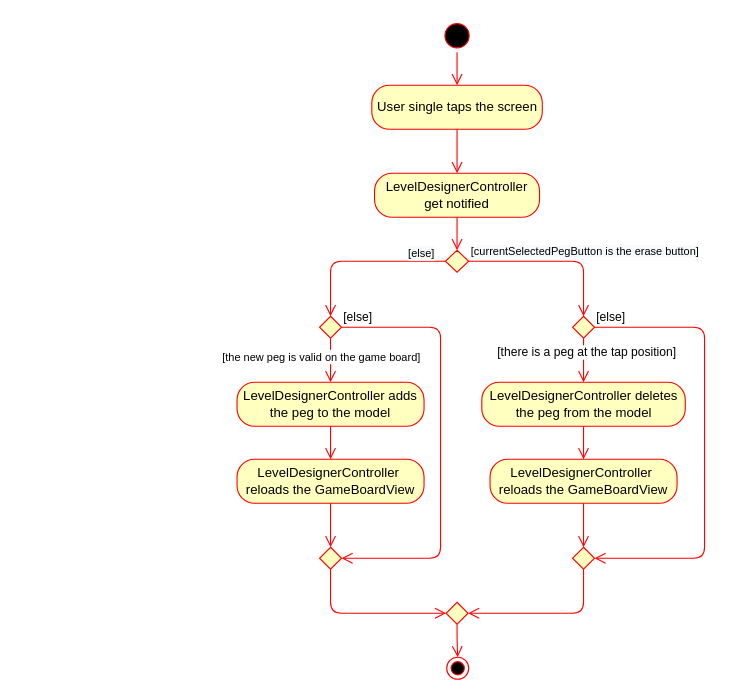
Earlier version of the draw.io diagram diagrams/SingleTapActivityDiagram.drawio (T-Fang/Ocean-Peggle). Source tidied: cells renumbered, new cells numbered last; positions are measured from the earlier drawing's top-left corner, leaving out a move shared by most shapes. Both pictures are drawn from the tidied source at 110%, with x=0, y=0 at pixel (237, 19).
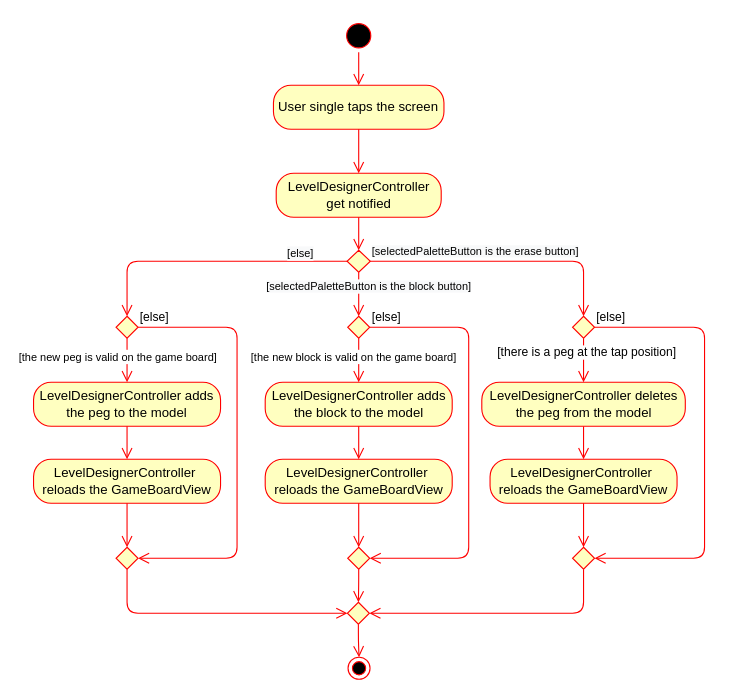
Above is the later version.

Unchanged cells that the change refers to:
```xml
<mxCell id="21" style="rhombus;whiteSpace=wrap;html=1;fillColor=#ffffc0;strokeColor=#ff0000;" parent="1" vertex="1">
  <mxGeometry x="305" y="270" width="20" height="20" as="geometry" />
</mxCell>
```

Diff of the diagram source:
```diff
@@
     <mxCell id="2" style="ellipse;html=1;shape=startState;fillColor=#000000;strokeColor=#ff0000;" parent="1" vertex="1">
-      <mxGeometry x="185" width="30" height="30" as="geometry" />
+      <mxGeometry x="95.6" width="30" height="30" as="geometry" />
     </mxCell>
-    <mxCell id="3" style="edgeStyle=orthogonalEdgeStyle;html=1;verticalAlign=bottom;endArrow=open;endSize=8;strokeColor=#ff0000;entryX=0.5;entryY=0;entryDx=0;entryDy=0;" parent="1" edge="1" source="2" target="4">
+    <mxCell id="3" style="edgeStyle=orthogonalEdgeStyle;html=1;verticalAlign=bottom;endArrow=open;endSize=8;strokeColor=#ff0000;" parent="1" edge="1" source="2" target="4">
       <mxGeometry relative="1" as="geometry" />
     </mxCell>
     <mxCell id="4" value="User single taps the screen" style="rounded=1;whiteSpace=wrap;html=1;arcSize=40;fontColor=#000000;fillColor=#ffffc0;strokeColor=#ff0000;" parent="1" vertex="1">
-      <mxGeometry x="122.5" y="60" width="155" height="40" as="geometry" />
+      <mxGeometry x="33.1" y="60" width="155" height="40" as="geometry" />
     </mxCell>
@@
     <mxCell id="6" value="LevelDesignerController get notified" style="rounded=1;whiteSpace=wrap;html=1;arcSize=40;fontColor=#000000;fillColor=#ffffc0;strokeColor=#ff0000;" parent="1" vertex="1">
-      <mxGeometry x="125" y="140" width="150" height="40" as="geometry" />
+      <mxGeometry x="35.6" y="140" width="150" height="40" as="geometry" />
     </mxCell>
@@
     <mxCell id="8" style="rhombus;whiteSpace=wrap;html=1;fillColor=#ffffc0;strokeColor=#ff0000;" parent="1" vertex="1">
-      <mxGeometry x="189.4" y="210" width="21.2" height="20" as="geometry" />
+      <mxGeometry x="100" y="210" width="21.2" height="20" as="geometry" />
     </mxCell>
-    <mxCell id="9" value="&lt;span style=&quot;font-size: 10px ; text-align: center ; background-color: rgb(248 , 249 , 250)&quot;&gt;[currentSelectedPegButton is the erase button]&lt;/span&gt;" style="edgeStyle=orthogonalEdgeStyle;html=1;align=left;verticalAlign=bottom;endArrow=open;endSize=8;strokeColor=#ff0000;entryX=0.5;entryY=0;entryDx=0;entryDy=0;" parent="1" edge="1" source="8" target="21">
+    <mxCell id="9" value="&lt;span style=&quot;font-size: 10px ; text-align: center ; background-color: rgb(248 , 249 , 250)&quot;&gt;[selectedPaletteButton is the erase button]&lt;/span&gt;" style="edgeStyle=orthogonalEdgeStyle;html=1;align=left;verticalAlign=bottom;endArrow=open;endSize=8;strokeColor=#ff0000;entryX=0.5;entryY=0;entryDx=0;entryDy=0;" parent="1" edge="1" source="8" target="21">
       <mxGeometry x="-1" relative="1" as="geometry">
         <Array as="points">
           <mxPoint x="315" y="220" />
         </Array>
       </mxGeometry>
     </mxCell>
     <mxCell id="10" value="&lt;span style=&quot;text-align: center ; background-color: rgb(248 , 249 , 250)&quot;&gt;&lt;font style=&quot;font-size: 10px&quot;&gt;[else]&lt;/font&gt;&lt;/span&gt;" style="edgeStyle=orthogonalEdgeStyle;html=1;align=left;verticalAlign=top;endArrow=open;endSize=8;strokeColor=#ff0000;entryX=0.5;entryY=0;entryDx=0;entryDy=0;" parent="1" edge="1" source="8" target="11">
       <mxGeometry x="-0.55" y="-20" relative="1" as="geometry">
         <Array as="points">
-          <mxPoint x="85" y="220" />
+          <mxPoint x="-100" y="220" />
         </Array>
       </mxGeometry>
     </mxCell>
     <mxCell id="11" style="rhombus;whiteSpace=wrap;html=1;fillColor=#ffffc0;strokeColor=#ff0000;" parent="1" vertex="1">
-      <mxGeometry x="75" y="270" width="20" height="20" as="geometry" />
+      <mxGeometry x="-110" y="270" width="20" height="20" as="geometry" />
     </mxCell>
     <mxCell id="12" value="[else]" style="edgeStyle=orthogonalEdgeStyle;html=1;align=left;verticalAlign=bottom;endArrow=open;endSize=8;strokeColor=#ff0000;entryX=1;entryY=0.5;entryDx=0;entryDy=0;" parent="1" edge="1" source="11" target="17">
       <mxGeometry x="-1" relative="1" as="geometry">
         <Array as="points">
-          <mxPoint x="185" y="280" />
-          <mxPoint x="185" y="490" />
+          <mxPoint y="280" />
+          <mxPoint y="490" />
         </Array>
       </mxGeometry>
     </mxCell>
@@
     <mxCell id="14" value="LevelDesignerController adds the peg to the model" style="rounded=1;whiteSpace=wrap;html=1;arcSize=40;fontColor=#000000;fillColor=#ffffc0;strokeColor=#ff0000;" parent="1" vertex="1">
-      <mxGeometry y="330" width="170" height="40" as="geometry" />
+      <mxGeometry x="-185" y="330" width="170" height="40" as="geometry" />
     </mxCell>
@@
     <mxCell id="16" style="rhombus;whiteSpace=wrap;html=1;fillColor=#ffffc0;strokeColor=#ff0000;" parent="1" vertex="1">
-      <mxGeometry x="190" y="530" width="20" height="20" as="geometry" />
+      <mxGeometry x="100.3" y="530" width="20" height="20" as="geometry" />
     </mxCell>
     <mxCell id="17" style="rhombus;whiteSpace=wrap;html=1;fillColor=#ffffc0;strokeColor=#ff0000;" parent="1" vertex="1">
-      <mxGeometry x="75" y="480" width="20" height="20" as="geometry" />
+      <mxGeometry x="-110" y="480" width="20" height="20" as="geometry" />
     </mxCell>
     <mxCell id="18" value="&lt;span&gt;LevelDesignerController&amp;nbsp;&lt;br&gt;reloads the GameBoardView&lt;br&gt;&lt;/span&gt;" style="rounded=1;whiteSpace=wrap;html=1;arcSize=40;fontColor=#000000;fillColor=#ffffc0;strokeColor=#ff0000;" parent="1" vertex="1">
-      <mxGeometry y="400" width="170" height="40" as="geometry" />
+      <mxGeometry x="-185" y="400" width="170" height="40" as="geometry" />
     </mxCell>
@@
     <mxCell id="30" style="ellipse;html=1;shape=endState;fillColor=#000000;strokeColor=#ff0000;" parent="1" vertex="1">
-      <mxGeometry x="190.6" y="580" width="20" height="20" as="geometry" />
+      <mxGeometry x="100.9" y="580" width="20" height="20" as="geometry" />
     </mxCell>
@@
+    <mxCell id="32" style="rhombus;whiteSpace=wrap;html=1;fillColor=#ffffc0;strokeColor=#ff0000;" parent="1" vertex="1">
+      <mxGeometry x="100.6" y="270" width="20" height="20" as="geometry" />
+    </mxCell>
+    <mxCell id="33" value="[else]" style="edgeStyle=orthogonalEdgeStyle;html=1;align=left;verticalAlign=bottom;endArrow=open;endSize=8;strokeColor=#ff0000;entryX=1;entryY=0.5;entryDx=0;entryDy=0;" parent="1" edge="1" source="32" target="37">
+      <mxGeometry x="-1" relative="1" as="geometry">
+        <Array as="points">
+          <mxPoint x="210.6" y="280" />
+          <mxPoint x="210.6" y="490" />
+        </Array>
+      </mxGeometry>
+    </mxCell>
+    <mxCell id="34" value="&lt;font style=&quot;font-size: 10px&quot;&gt;[the new block is valid on the game board]&lt;/font&gt;" style="edgeStyle=orthogonalEdgeStyle;html=1;align=left;verticalAlign=top;endArrow=open;endSize=8;strokeColor=#ff0000;exitX=0.5;exitY=1;exitDx=0;exitDy=0;entryX=0.5;entryY=0;entryDx=0;entryDy=0;" parent="1" edge="1" source="32" target="35">
+      <mxGeometry x="-0.78" y="-100" relative="1" as="geometry" />
+    </mxCell>
+    <mxCell id="35" value="LevelDesignerController adds the block to the model" style="rounded=1;whiteSpace=wrap;html=1;arcSize=40;fontColor=#000000;fillColor=#ffffc0;strokeColor=#ff0000;" parent="1" vertex="1">
+      <mxGeometry x="25.6" y="330" width="170" height="40" as="geometry" />
+    </mxCell>
+    <mxCell id="36" style="edgeStyle=orthogonalEdgeStyle;html=1;verticalAlign=bottom;endArrow=open;endSize=8;strokeColor=#ff0000;entryX=0.5;entryY=0;entryDx=0;entryDy=0;" parent="1" edge="1" source="35" target="38">
+      <mxGeometry relative="1" as="geometry" />
+    </mxCell>
+    <mxCell id="37" style="rhombus;whiteSpace=wrap;html=1;fillColor=#ffffc0;strokeColor=#ff0000;" parent="1" vertex="1">
+      <mxGeometry x="100.6" y="480" width="20" height="20" as="geometry" />
+    </mxCell>
+    <mxCell id="38" value="&lt;span&gt;LevelDesignerController&amp;nbsp;&lt;br&gt;reloads the GameBoardView&lt;br&gt;&lt;/span&gt;" style="rounded=1;whiteSpace=wrap;html=1;arcSize=40;fontColor=#000000;fillColor=#ffffc0;strokeColor=#ff0000;" parent="1" vertex="1">
+      <mxGeometry x="25.6" y="400" width="170" height="40" as="geometry" />
+    </mxCell>
+    <mxCell id="39" style="edgeStyle=orthogonalEdgeStyle;html=1;verticalAlign=bottom;endArrow=open;endSize=8;strokeColor=#ff0000;entryX=0.5;entryY=0;entryDx=0;entryDy=0;" parent="1" edge="1" source="38" target="37">
+      <mxGeometry relative="1" as="geometry" />
+    </mxCell>
+    <mxCell id="40" value="&lt;span style=&quot;font-size: 10px ; text-align: center ; background-color: rgb(248 , 249 , 250)&quot;&gt;[selectedPaletteButton is the block button]&lt;/span&gt;" style="edgeStyle=orthogonalEdgeStyle;html=1;align=left;verticalAlign=top;endArrow=open;endSize=8;strokeColor=#ff0000;entryX=0.5;entryY=0;entryDx=0;entryDy=0;exitX=0.5;exitY=1;exitDx=0;exitDy=0;" parent="1" edge="1" source="8" target="32">
+      <mxGeometry x="-0.99" y="-86" relative="1" as="geometry">
+        <Array as="points">
+          <mxPoint x="111" y="250" />
+          <mxPoint x="111" y="250" />
+        </Array>
+      </mxGeometry>
+    </mxCell>
+    <mxCell id="41" style="edgeStyle=orthogonalEdgeStyle;html=1;verticalAlign=bottom;endArrow=open;endSize=8;strokeColor=#ff0000;entryX=0.5;entryY=0;entryDx=0;entryDy=0;exitX=0.5;exitY=1;exitDx=0;exitDy=0;" parent="1" edge="1" source="37" target="16">
+      <mxGeometry relative="1" as="geometry" />
+    </mxCell>
```
